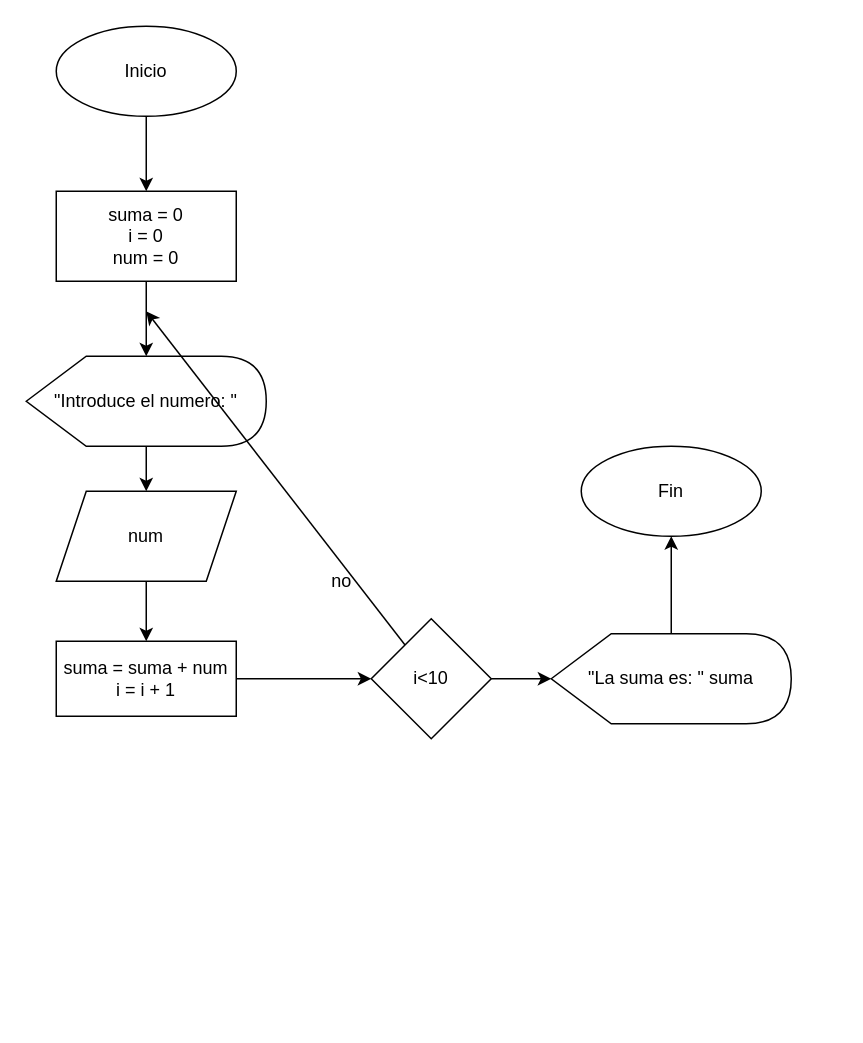
amjyebenes/DiagramasEntornos keeps this draw.io diagram as Ejer4CasoPractico4.drawio. Above is the earlier version. Source tidied: cells renumbered, new cells numbered last; positions are measured from the earlier drawing's top-left corner, leaving out a move shared by most shapes. Both pictures are drawn from the tidied source at 150%, with x=0, y=0 at pixel (26, 26).
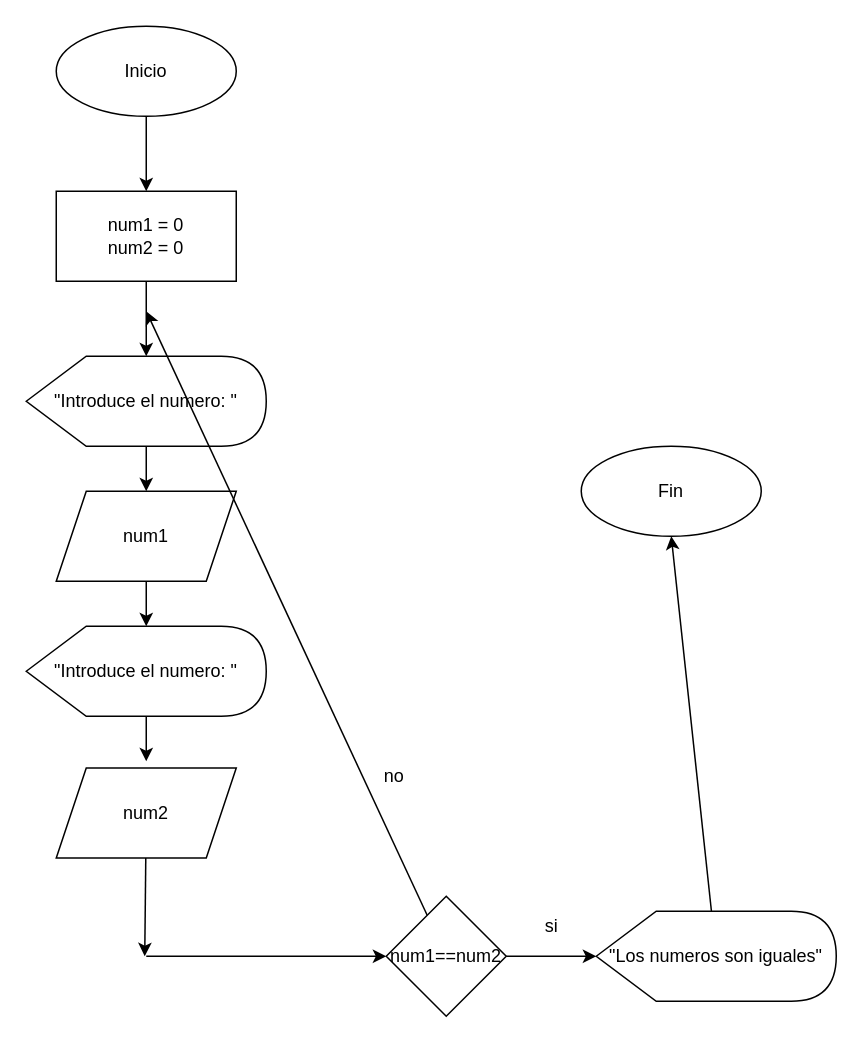
The same page after the edit.

Diff of the diagram source:
```diff
@@
-    <mxCell id="5" value="&lt;div&gt;suma = 0&lt;/div&gt;&lt;div&gt;i = 0&lt;/div&gt;&lt;div&gt;num = 0&lt;br&gt;&lt;/div&gt;" style="rounded=0;whiteSpace=wrap;html=1;" parent="1" vertex="1">
+    <mxCell id="5" value="&lt;div&gt;num1 = 0&lt;/div&gt;&lt;div&gt;num2 = 0&lt;br&gt;&lt;/div&gt;" style="rounded=0;whiteSpace=wrap;html=1;" parent="1" vertex="1">
       <mxGeometry x="20" y="110" width="120" height="60" as="geometry" />
     </mxCell>
@@
-    <mxCell id="8" style="edgeStyle=none;rounded=0;jettySize=auto;html=1;" parent="1" edge="1" source="9">
-      <mxGeometry relative="1" as="geometry">
-        <mxPoint x="80" y="410" as="targetPoint" />
-      </mxGeometry>
-    </mxCell>
+    <mxCell id="19" style="edgeStyle=none;rounded=0;jettySize=auto;html=1;" parent="1" edge="1" source="9" target="21">
+      <mxGeometry relative="1" as="geometry" />
+    </mxCell>
-    <mxCell id="9" value="num" style="shape=parallelogram;perimeter=parallelogramPerimeter;whiteSpace=wrap;html=1;fixedSize=1;" parent="1" vertex="1">
+    <mxCell id="9" value="num1" style="shape=parallelogram;perimeter=parallelogramPerimeter;whiteSpace=wrap;html=1;fixedSize=1;" parent="1" vertex="1">
       <mxGeometry x="20" y="310" width="120" height="60" as="geometry" />
     </mxCell>
-    <mxCell id="10" style="edgeStyle=none;rounded=0;jettySize=auto;html=1;entryX=0;entryY=0.5;entryDx=0;entryDy=0;" parent="1" edge="1" source="11" target="14">
-      <mxGeometry relative="1" as="geometry" />
+    <mxCell id="10" style="edgeStyle=none;rounded=0;jettySize=auto;html=1;entryX=0;entryY=0.5;entryDx=0;entryDy=0;" parent="1" edge="1" target="14">
+      <mxGeometry relative="1" as="geometry">
+        <mxPoint x="80" y="620" as="sourcePoint" />
+      </mxGeometry>
     </mxCell>
-    <mxCell id="11" value="&lt;div align=&quot;center&quot;&gt;suma = suma + num&lt;/div&gt;&lt;div align=&quot;center&quot;&gt;i = i + 1&lt;br&gt;&lt;/div&gt;" style="rounded=0;whiteSpace=wrap;html=1;" parent="1" vertex="1">
-      <mxGeometry x="20" y="410" width="120" height="50" as="geometry" />
-    </mxCell>
@@
-    <mxCell id="13" style="edgeStyle=none;rounded=0;jettySize=auto;html=1;" parent="1" edge="1" source="14">
-      <mxGeometry relative="1" as="geometry">
-        <mxPoint x="350" y="435" as="targetPoint" />
-      </mxGeometry>
+    <mxCell id="13" style="edgeStyle=none;rounded=0;jettySize=auto;html=1;entryX=0;entryY=0.5;entryDx=0;entryDy=0;entryPerimeter=0;" parent="1" edge="1" source="14" target="17">
+      <mxGeometry relative="1" as="geometry" />
     </mxCell>
-    <mxCell id="14" value="i&amp;lt;10" style="rhombus;whiteSpace=wrap;html=1;align=center;" parent="1" vertex="1">
-      <mxGeometry x="230" y="395" width="80" height="80" as="geometry" />
+    <mxCell id="14" value="num1==num2" style="rhombus;whiteSpace=wrap;html=1;align=center;" parent="1" vertex="1">
+      <mxGeometry x="240" y="580" width="80" height="80" as="geometry" />
     </mxCell>
     <mxCell id="15" value="no" style="text;html=1;align=center;verticalAlign=middle;strokeColor=none;fillColor=none;" parent="1" vertex="1">
-      <mxGeometry x="195" y="360" width="30" height="20" as="geometry" />
+      <mxGeometry x="230" y="490" width="30" height="20" as="geometry" />
     </mxCell>
@@
-    <mxCell id="17" value="&quot;La suma es: &quot; suma" style="shape=display;whiteSpace=wrap;html=1;" parent="1" vertex="1">
-      <mxGeometry x="350" y="405" width="160" height="60" as="geometry" />
+    <mxCell id="17" value="&quot;Los numeros son iguales&quot;" style="shape=display;whiteSpace=wrap;html=1;" parent="1" vertex="1">
+      <mxGeometry x="380" y="590" width="160" height="60" as="geometry" />
     </mxCell>
@@
+    <mxCell id="20" style="edgeStyle=none;rounded=0;jettySize=auto;html=1;" parent="1" edge="1" source="21">
+      <mxGeometry relative="1" as="geometry">
+        <mxPoint x="80" y="490" as="targetPoint" />
+      </mxGeometry>
+    </mxCell>
+    <mxCell id="21" value="&quot;Introduce el numero: &quot;" style="shape=display;whiteSpace=wrap;html=1;" parent="1" vertex="1">
+      <mxGeometry y="400" width="160" height="60" as="geometry" />
+    </mxCell>
+    <mxCell id="22" style="edgeStyle=none;rounded=0;jettySize=auto;html=1;" parent="1" edge="1" source="23">
+      <mxGeometry relative="1" as="geometry">
+        <mxPoint x="79" y="620" as="targetPoint" />
+      </mxGeometry>
+    </mxCell>
+    <mxCell id="23" value="num2" style="shape=parallelogram;perimeter=parallelogramPerimeter;whiteSpace=wrap;html=1;fixedSize=1;" parent="1" vertex="1">
+      <mxGeometry x="20" y="494.5" width="120" height="60" as="geometry" />
+    </mxCell>
+    <mxCell id="24" value="si" style="text;html=1;align=center;verticalAlign=middle;strokeColor=none;fillColor=none;" parent="1" vertex="1">
+      <mxGeometry x="335" y="590" width="30" height="20" as="geometry" />
+    </mxCell>
```
